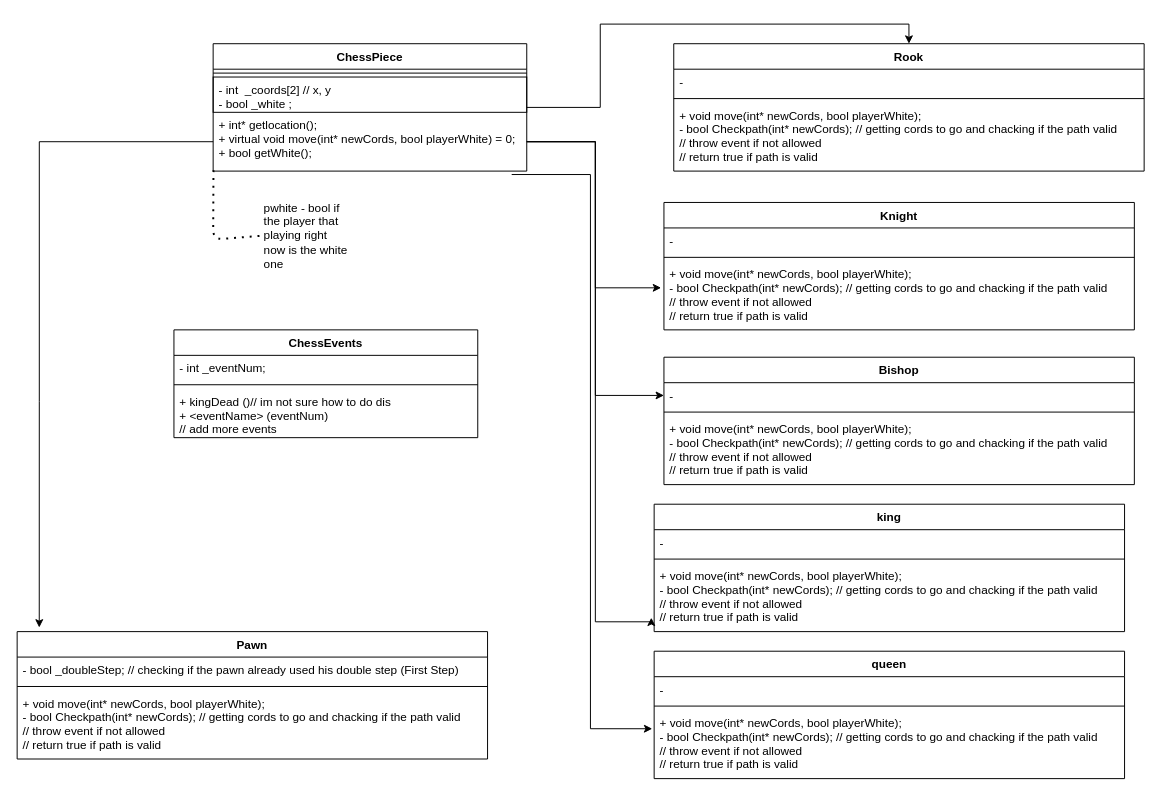
Earlier version of the draw.io diagram page "Object Chess piece" (1 of 2) of Untitled Diagram.drawio (nadav26740/checkmate-adamnadav). Source tidied: cells renumbered, new cells numbered last; positions are measured from the earlier drawing's top-left corner, leaving out a move shared by most shapes. Both pictures are drawn from the tidied source at 98%, with x=0, y=0 at pixel (17, 43).
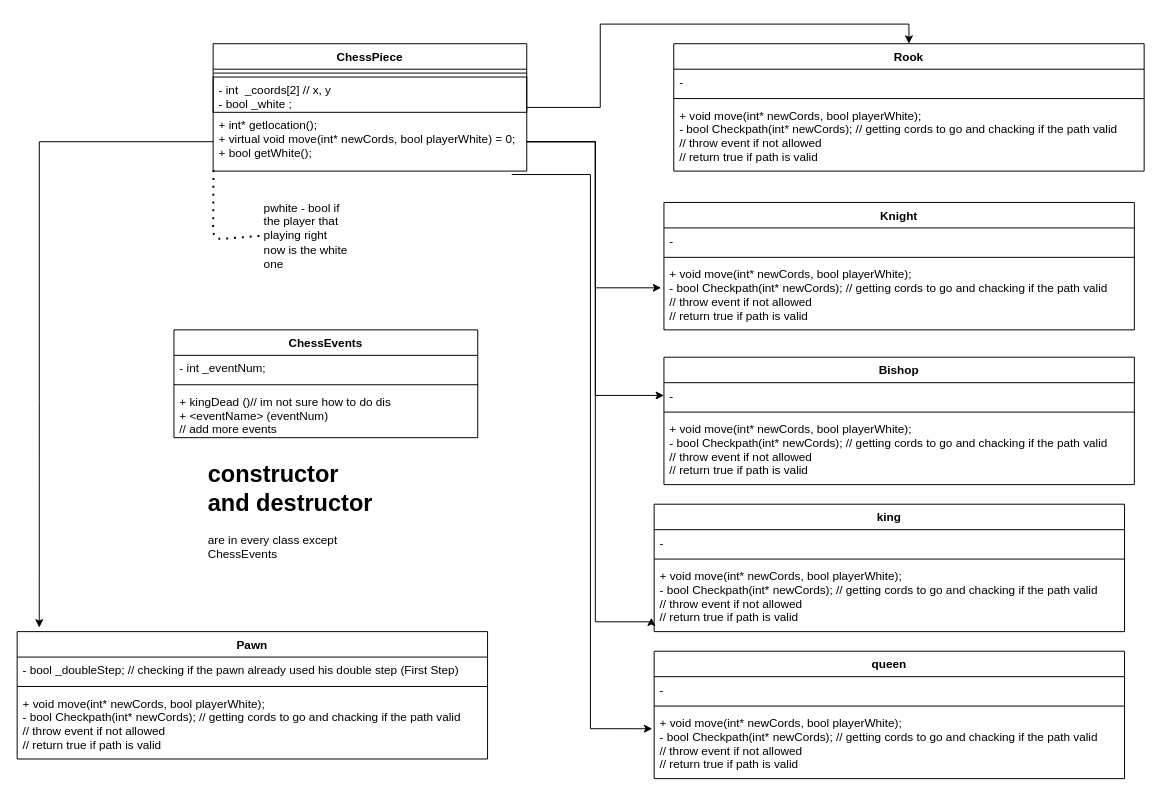
The same page after the edit.

Change to the diagram source:
```diff
@@
+    <mxCell id="42" value="&lt;h1&gt;constructor&lt;br&gt;and destructor&lt;/h1&gt;&lt;div&gt;are in every class except ChessEvents&lt;/div&gt;" style="text;html=1;strokeColor=none;fillColor=none;spacing=5;spacingTop=-20;whiteSpace=wrap;overflow=hidden;rounded=0;" parent="1" vertex="1">
+      <mxGeometry x="190" y="420" width="190" height="120" as="geometry" />
+    </mxCell>
```
